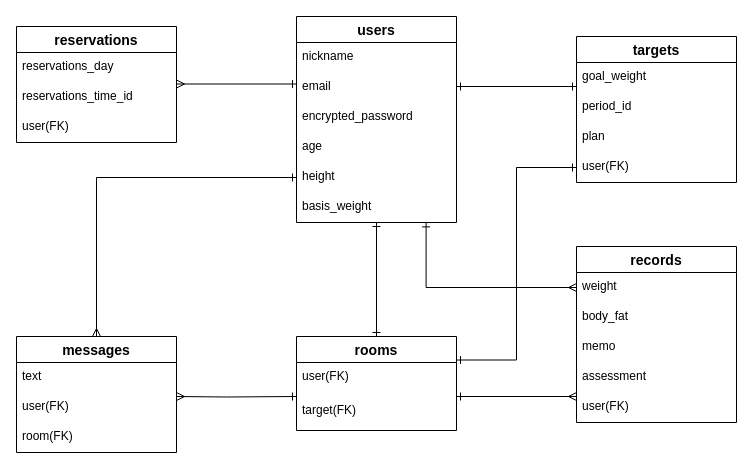
Above: supporter_app.dio in yu9n03/supporter_app (draw.io), before the change. Source tidied: cells renumbered, new cells numbered last; positions are measured from the earlier drawing's top-left corner, leaving out a move shared by most shapes. Both pictures are drawn from the tidied source at 100%, with x=0, y=0 at pixel (16, 16).
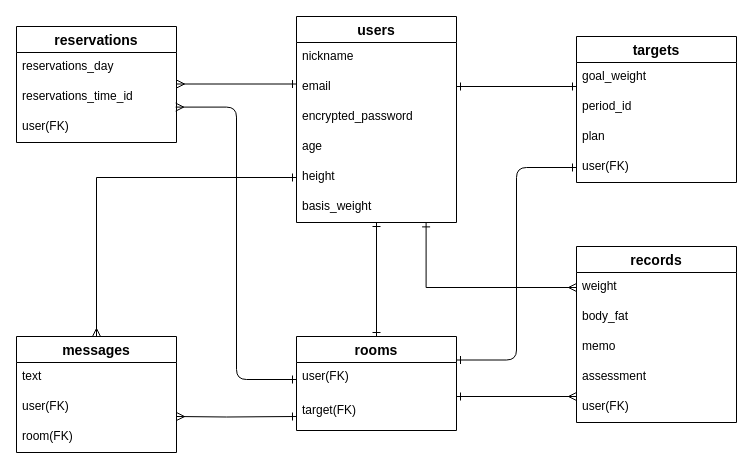
After the change.

Unchanged cells that the change refers to:
```xml
<mxCell id="13" value="user(FK)" style="text;strokeColor=none;fillColor=none;spacingLeft=4;spacingRight=4;overflow=hidden;points=[[0,0.5],[1,0.5]];portConstraint=eastwest;fontSize=12;" parent="9" vertex="1">
  <mxGeometry y="116" width="160" height="30" as="geometry" />
</mxCell>
<mxCell id="27" value="reservations_time_id" style="text;strokeColor=none;fillColor=none;spacingLeft=4;spacingRight=4;overflow=hidden;points=[[0,0.5],[1,0.5]];portConstraint=eastwest;fontSize=12;" parent="25" vertex="1">
  <mxGeometry y="56" width="160" height="30" as="geometry" />
</mxCell>
<mxCell id="34" value="rooms" style="swimlane;fontStyle=1;horizontal=1;startSize=26;align=center;fontSize=14;" parent="1" vertex="1">
  <mxGeometry x="280" y="320" width="160" height="94" as="geometry" />
</mxCell>
<mxCell id="35" value="user(FK)" style="text;strokeColor=none;fillColor=none;spacingLeft=4;spacingRight=4;overflow=hidden;points=[[0,0.5],[1,0.5]];portConstraint=eastwest;fontSize=12;" parent="34" vertex="1">
  <mxGeometry y="26" width="160" height="34" as="geometry" />
</mxCell>
```

Change to the diagram source:
```diff
@@
     <mxCell id="29" style="endArrow=ERone;html=1;rounded=0;startArrow=ERmany;startFill=0;endFill=0;" parent="1" edge="1">
       <mxGeometry relative="1" as="geometry">
-        <mxPoint x="160" y="380" as="sourcePoint" />
-        <mxPoint x="280" y="380" as="targetPoint" />
+        <mxPoint x="160" y="400" as="sourcePoint" />
+        <mxPoint x="280" y="400" as="targetPoint" />
         <Array as="points">
-          <mxPoint x="210" y="380.5" />
+          <mxPoint x="210" y="400.5" />
         </Array>
       </mxGeometry>
     </mxCell>
@@
-    <mxCell id="38" style="edgeStyle=orthogonalEdgeStyle;rounded=0;jettySize=auto;html=1;entryX=1;entryY=0.25;entryDx=0;entryDy=0;startArrow=ERone;startFill=0;endArrow=ERone;endFill=0;" parent="1" edge="1" source="13" target="34">
+    <mxCell id="38" style="edgeStyle=orthogonalEdgeStyle;jettySize=auto;html=1;entryX=1;entryY=0.25;entryDx=0;entryDy=0;startArrow=ERone;startFill=0;endArrow=ERone;endFill=0;rounded=1;" parent="1" edge="1" source="13" target="34">
       <mxGeometry relative="1" as="geometry" />
     </mxCell>
+    <mxCell id="39" style="edgeStyle=orthogonalEdgeStyle;rounded=1;jettySize=auto;html=1;exitX=0;exitY=0.5;exitDx=0;exitDy=0;startArrow=ERone;startFill=0;endArrow=ERmany;endFill=0;entryX=0.995;entryY=0.82;entryDx=0;entryDy=0;entryPerimeter=0;" parent="1" edge="1" source="35" target="27">
+      <mxGeometry relative="1" as="geometry" />
+    </mxCell>
```
